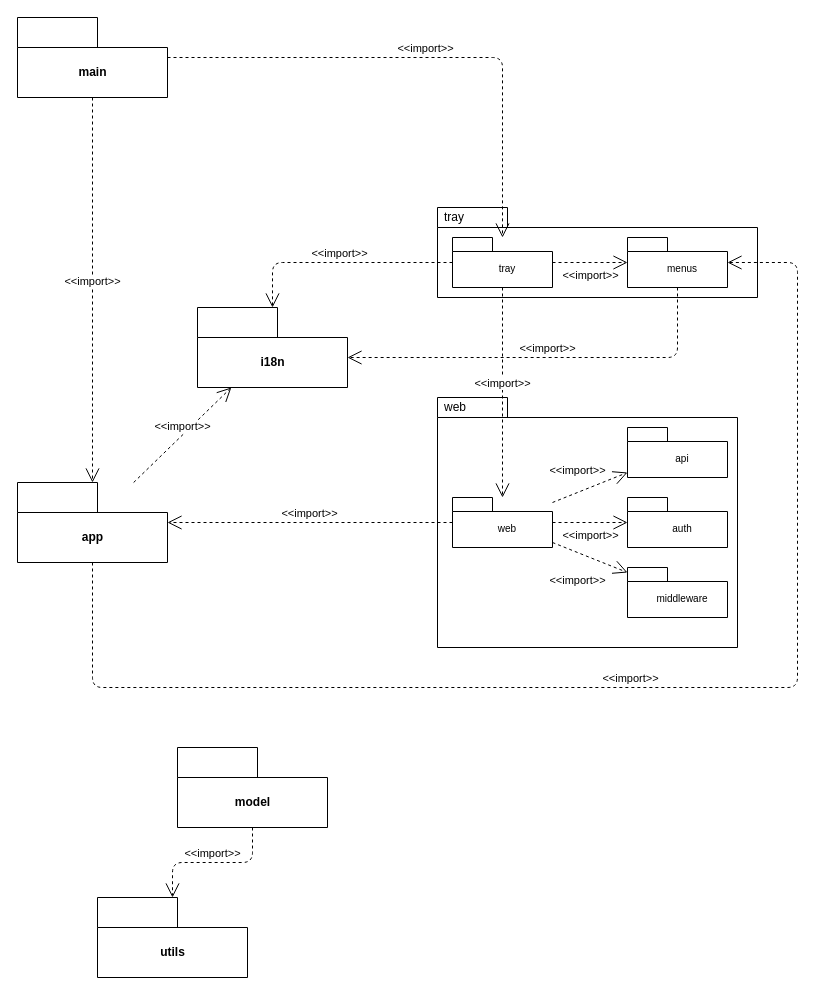
The draw.io diagram diagrams/package.drawio in jinyaoMa/my-app, before the edit. Source tidied: cells renumbered, new cells numbered last; positions are measured from the earlier drawing's top-left corner, leaving out a move shared by most shapes. Both pictures are drawn from the tidied source at 100%, with x=0, y=0 at pixel (17, 17).
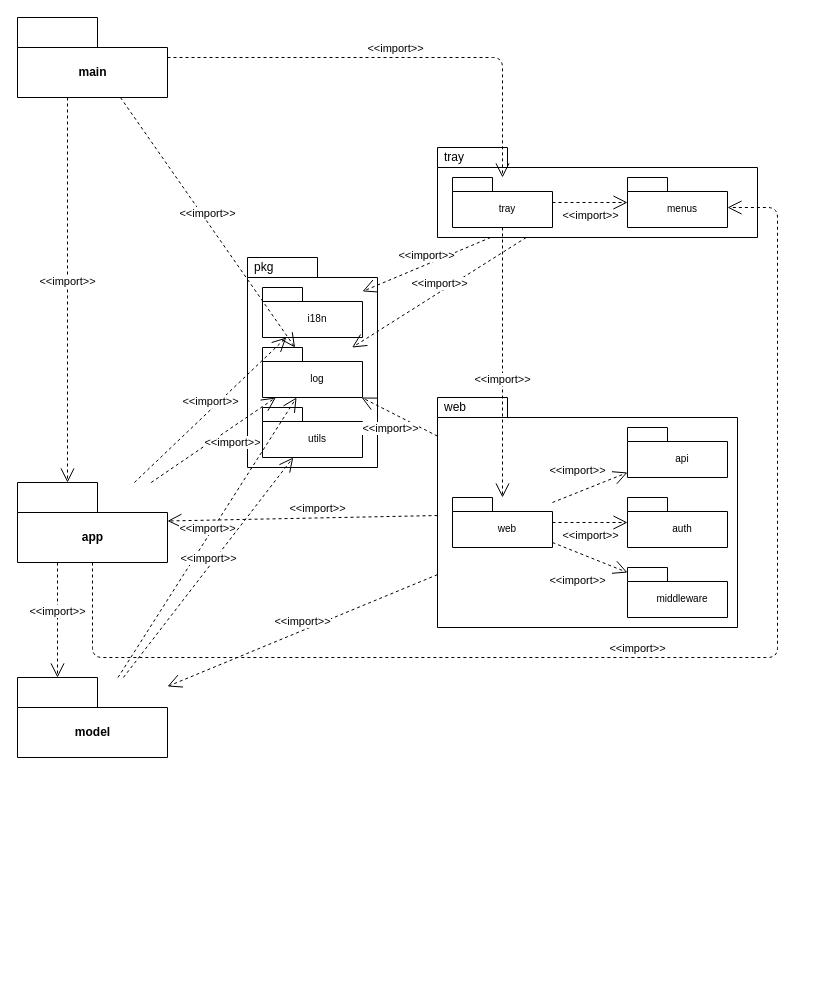
After the change.

The change refers to these unchanged cells:
```xml
<mxCell id="2" value="main" style="shape=folder;fontStyle=1;tabWidth=80;tabHeight=30;tabPosition=left;html=1;boundedLbl=1;" parent="1" vertex="1">
  <mxGeometry width="150" height="80" as="geometry" />
</mxCell>
<mxCell id="5" value="&lt;br&gt;tray" style="strokeColor=inherit;fillColor=inherit;gradientColor=inherit;shape=folder;spacingLeft=10;tabWidth=40;tabHeight=14;tabPosition=left;fontSize=10;html=1;whiteSpace=wrap;" parent="4" vertex="1">
  <mxGeometry x="15" y="30" width="100" height="50" as="geometry" />
</mxCell>
<mxCell id="6" value="&lt;br&gt;menus" style="strokeColor=inherit;fillColor=inherit;gradientColor=inherit;shape=folder;spacingLeft=10;tabWidth=40;tabHeight=14;tabPosition=left;fontSize=10;html=1;whiteSpace=wrap;" parent="4" vertex="1">
  <mxGeometry x="190" y="30" width="100" height="50" as="geometry" />
</mxCell>
<mxCell id="9" value="&lt;br&gt;web" style="strokeColor=inherit;fillColor=inherit;gradientColor=inherit;shape=folder;spacingLeft=10;tabWidth=40;tabHeight=14;tabPosition=left;fontSize=10;html=1;whiteSpace=wrap;" parent="8" vertex="1">
  <mxGeometry x="15" y="100" width="100" height="50" as="geometry" />
</mxCell>
<mxCell id="20" value="app" style="shape=folder;fontStyle=1;tabWidth=80;tabHeight=30;tabPosition=left;html=1;boundedLbl=1;" parent="1" vertex="1">
  <mxGeometry y="465" width="150" height="80" as="geometry" />
</mxCell>
```

What changed in the source:
```diff
@@
-    <mxCell id="3" value="i18n" style="shape=folder;fontStyle=1;tabWidth=80;tabHeight=30;tabPosition=left;html=1;boundedLbl=1;" parent="1" vertex="1">
-      <mxGeometry x="180" y="290" width="150" height="80" as="geometry" />
-    </mxCell>
     <mxCell id="4" value="tray" style="shape=folder;xSize=90;align=left;spacingLeft=10;align=left;verticalAlign=top;spacingLeft=5;spacingTop=-4;tabWidth=70;tabHeight=20;tabPosition=left;html=1;strokeWidth=1;" parent="1" vertex="1">
-      <mxGeometry x="420" y="190" width="320" height="90" as="geometry" />
+      <mxGeometry x="420" y="130" width="320" height="90" as="geometry" />
     </mxCell>
@@
     <mxCell id="8" value="web" style="shape=folder;xSize=90;align=left;spacingLeft=10;align=left;verticalAlign=top;spacingLeft=5;spacingTop=-4;tabWidth=70;tabHeight=20;tabPosition=left;html=1;strokeWidth=1;" parent="1" vertex="1">
-      <mxGeometry x="420" y="380" width="300" height="250" as="geometry" />
+      <mxGeometry x="420" y="380" width="300" height="230" as="geometry" />
     </mxCell>
@@
     <mxCell id="17" value="&amp;lt;&amp;lt;import&amp;gt;&amp;gt;" style="edgeStyle=orthogonalEdgeStyle;html=1;endArrow=open;endSize=12;dashed=1;verticalAlign=bottom;jumpStyle=none;" parent="1" edge="1" source="5" target="9">
-      <mxGeometry relative="1" as="geometry" />
+      <mxGeometry x="0.19" relative="1" as="geometry" />
     </mxCell>
     <mxCell id="18" value="model" style="shape=folder;fontStyle=1;tabWidth=80;tabHeight=30;tabPosition=left;html=1;boundedLbl=1;" parent="1" vertex="1">
-      <mxGeometry x="160" y="730" width="150" height="80" as="geometry" />
+      <mxGeometry y="660" width="150" height="80" as="geometry" />
     </mxCell>
-    <mxCell id="19" value="utils" style="shape=folder;fontStyle=1;tabWidth=80;tabHeight=30;tabPosition=left;html=1;boundedLbl=1;" parent="1" vertex="1">
-      <mxGeometry x="80" y="880" width="150" height="80" as="geometry" />
-    </mxCell>
@@
-    <mxCell id="21" value="&amp;lt;&amp;lt;import&amp;gt;&amp;gt;" style="edgeStyle=orthogonalEdgeStyle;html=1;endArrow=open;endSize=12;dashed=1;verticalAlign=bottom;jumpStyle=none;" parent="1" edge="1" source="9" target="20">
-      <mxGeometry relative="1" as="geometry" />
+    <mxCell id="21" value="&amp;lt;&amp;lt;import&amp;gt;&amp;gt;" style="html=1;endArrow=open;endSize=12;dashed=1;verticalAlign=bottom;jumpStyle=none;" parent="1" edge="1" source="8" target="20">
+      <mxGeometry x="-0.11" relative="1" as="geometry" />
     </mxCell>
     <mxCell id="22" value="&amp;lt;&amp;lt;import&amp;gt;&amp;gt;" style="html=1;endArrow=open;endSize=12;dashed=1;verticalAlign=bottom;jumpStyle=none;edgeStyle=orthogonalEdgeStyle;" parent="1" edge="1" source="20" target="6">
       <mxGeometry relative="1" as="geometry">
         <Array as="points">
-          <mxPoint x="75" y="670" />
-          <mxPoint x="780" y="670" />
-          <mxPoint x="780" y="245" />
+          <mxPoint x="75" y="640" />
+          <mxPoint x="760" y="640" />
+          <mxPoint x="760" y="190" />
         </Array>
       </mxGeometry>
     </mxCell>
+    <mxCell id="24" value="&amp;lt;&amp;lt;import&amp;gt;&amp;gt;" style="edgeStyle=orthogonalEdgeStyle;html=1;endArrow=open;endSize=12;dashed=1;verticalAlign=bottom;jumpStyle=none;" parent="1" edge="1" source="2" target="20">
+      <mxGeometry relative="1" as="geometry">
+        <Array as="points">
+          <mxPoint x="50" y="290" />
+          <mxPoint x="50" y="290" />
+        </Array>
+      </mxGeometry>
+    </mxCell>
+    <mxCell id="28" value="&amp;lt;&amp;lt;import&amp;gt;&amp;gt;" style="html=1;endArrow=open;endSize=12;dashed=1;verticalAlign=bottom;jumpStyle=none;edgeStyle=orthogonalEdgeStyle;" parent="1" edge="1" source="20" target="18">
+      <mxGeometry relative="1" as="geometry">
+        <Array as="points">
+          <mxPoint x="40" y="600" />
+          <mxPoint x="40" y="600" />
+        </Array>
+      </mxGeometry>
+    </mxCell>
+    <mxCell id="29" value="&amp;lt;&amp;lt;import&amp;gt;&amp;gt;" style="html=1;endArrow=open;endSize=12;dashed=1;verticalAlign=bottom;jumpStyle=none;" parent="1" edge="1" source="8" target="18">
+      <mxGeometry relative="1" as="geometry" />
+    </mxCell>
+    <mxCell id="30" value="pkg" style="shape=folder;xSize=90;align=left;spacingLeft=10;align=left;verticalAlign=top;spacingLeft=5;spacingTop=-4;tabWidth=70;tabHeight=20;tabPosition=left;html=1;strokeWidth=1;" parent="1" vertex="1">
+      <mxGeometry x="230" y="240" width="130" height="210" as="geometry" />
+    </mxCell>
+    <mxCell id="3" value="&lt;br&gt;i18n" style="strokeColor=inherit;fillColor=inherit;gradientColor=inherit;shape=folder;spacingLeft=10;tabWidth=40;tabHeight=14;tabPosition=left;fontSize=10;html=1;whiteSpace=wrap;" parent="30" vertex="1">
+      <mxGeometry x="15" y="30" width="100" height="50" as="geometry" />
+    </mxCell>
+    <mxCell id="31" value="&lt;br&gt;log" style="strokeColor=inherit;fillColor=inherit;gradientColor=inherit;shape=folder;spacingLeft=10;tabWidth=40;tabHeight=14;tabPosition=left;fontSize=10;html=1;whiteSpace=wrap;" parent="30" vertex="1">
+      <mxGeometry x="15" y="90" width="100" height="50" as="geometry" />
+    </mxCell>
+    <mxCell id="19" value="&lt;br&gt;utils" style="strokeColor=inherit;fillColor=inherit;gradientColor=inherit;shape=folder;spacingLeft=10;tabWidth=40;tabHeight=14;tabPosition=left;fontSize=10;html=1;whiteSpace=wrap;" parent="30" vertex="1">
+      <mxGeometry x="15" y="150" width="100" height="50" as="geometry" />
+    </mxCell>
+    <mxCell id="27" value="&amp;lt;&amp;lt;import&amp;gt;&amp;gt;" style="edgeStyle=none;html=1;endArrow=open;endSize=12;dashed=1;verticalAlign=bottom;jumpStyle=none;" parent="1" edge="1" source="20" target="3">
+      <mxGeometry relative="1" as="geometry" />
+    </mxCell>
+    <mxCell id="25" value="&amp;lt;&amp;lt;import&amp;gt;&amp;gt;" style="html=1;endArrow=open;endSize=12;dashed=1;verticalAlign=bottom;jumpStyle=none;" parent="1" edge="1" source="4" target="3">
+      <mxGeometry relative="1" as="geometry" />
+    </mxCell>
+    <mxCell id="32" value="&amp;lt;&amp;lt;import&amp;gt;&amp;gt;" style="html=1;endArrow=open;endSize=12;dashed=1;verticalAlign=bottom;jumpStyle=none;" parent="1" edge="1" source="4" target="31">
+      <mxGeometry relative="1" as="geometry" />
+    </mxCell>
+    <mxCell id="33" value="&amp;lt;&amp;lt;import&amp;gt;&amp;gt;" style="html=1;endArrow=open;endSize=12;dashed=1;verticalAlign=bottom;jumpStyle=none;" parent="1" edge="1" source="8" target="31">
+      <mxGeometry x="-0.03" y="22" relative="1" as="geometry" />
+    </mxCell>
+    <mxCell id="34" value="&amp;lt;&amp;lt;import&amp;gt;&amp;gt;" style="html=1;endArrow=open;endSize=12;dashed=1;verticalAlign=bottom;jumpStyle=none;" parent="1" edge="1" source="20" target="31">
+      <mxGeometry x="0.13" y="-20" relative="1" as="geometry" />
+    </mxCell>
+    <mxCell id="35" value="&amp;lt;&amp;lt;import&amp;gt;&amp;gt;" style="html=1;endArrow=open;endSize=12;dashed=1;verticalAlign=bottom;jumpStyle=none;" parent="1" edge="1" source="18" target="31">
+      <mxGeometry relative="1" as="geometry" />
+    </mxCell>
-    <mxCell id="23" value="&amp;lt;&amp;lt;import&amp;gt;&amp;gt;" style="edgeStyle=orthogonalEdgeStyle;html=1;endArrow=open;endSize=12;dashed=1;verticalAlign=bottom;jumpStyle=none;" parent="1" edge="1" source="18" target="19">
+    <mxCell id="23" value="&amp;lt;&amp;lt;import&amp;gt;&amp;gt;" style="html=1;endArrow=open;endSize=12;dashed=1;verticalAlign=bottom;jumpStyle=none;" parent="1" edge="1" source="18" target="19">
       <mxGeometry relative="1" as="geometry" />
     </mxCell>
-    <mxCell id="24" value="&amp;lt;&amp;lt;import&amp;gt;&amp;gt;" style="edgeStyle=orthogonalEdgeStyle;html=1;endArrow=open;endSize=12;dashed=1;verticalAlign=bottom;jumpStyle=none;" parent="1" edge="1" source="2" target="20">
-      <mxGeometry relative="1" as="geometry" />
-    </mxCell>
-    <mxCell id="25" value="&amp;lt;&amp;lt;import&amp;gt;&amp;gt;" style="edgeStyle=orthogonalEdgeStyle;html=1;endArrow=open;endSize=12;dashed=1;verticalAlign=bottom;jumpStyle=none;" parent="1" edge="1" source="5" target="3">
-      <mxGeometry relative="1" as="geometry" />
-    </mxCell>
-    <mxCell id="26" value="&amp;lt;&amp;lt;import&amp;gt;&amp;gt;" style="edgeStyle=orthogonalEdgeStyle;html=1;endArrow=open;endSize=12;dashed=1;verticalAlign=bottom;jumpStyle=none;" parent="1" edge="1" source="6" target="3">
-      <mxGeometry relative="1" as="geometry">
-        <Array as="points">
-          <mxPoint x="660" y="340" />
-        </Array>
-      </mxGeometry>
-    </mxCell>
-    <mxCell id="27" value="&amp;lt;&amp;lt;import&amp;gt;&amp;gt;" style="edgeStyle=none;html=1;endArrow=open;endSize=12;dashed=1;verticalAlign=bottom;jumpStyle=none;" parent="1" edge="1" source="20" target="3">
-      <mxGeometry relative="1" as="geometry" />
-    </mxCell>
+    <mxCell id="36" value="&amp;lt;&amp;lt;import&amp;gt;&amp;gt;" style="edgeStyle=none;html=1;endArrow=open;endSize=12;dashed=1;verticalAlign=bottom;jumpStyle=none;" parent="1" edge="1" source="2" target="31">
+      <mxGeometry relative="1" as="geometry" />
+    </mxCell>
```
